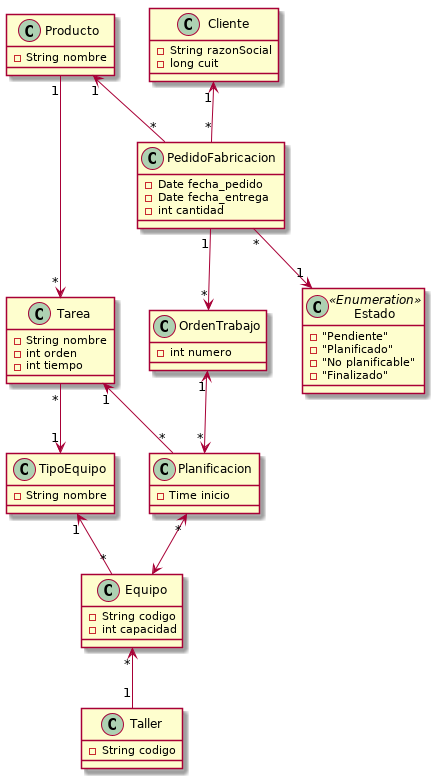
Above: diagrama.png in gonnlopezz/mrp_lite (PlantUML), before the change. Its diagram source:
```plantuml
@startuml

class Producto{
  -String nombre
}
class Taller{
  -String codigo
}
class TipoEquipo{
  -String nombre
}
class Tarea{
  -String nombre
  -int orden
  -int tiempo
}
class Equipo{
  -String codigo
  -int capacidad
}
class PedidoFabricacion{
  -Date fecha_pedido
  -Date fecha_entrega
  -int cantidad
}
class OrdenTrabajo{
  -int numero
}
class Planificacion{
  -Time inicio
}
class Estado<<Enumeration>>{
  -"Pendiente"
  -"Planificado"
  -"No planificable"
  -"Finalizado"
}
class Cliente{
  -String razonSocial
  -long cuit
}

Producto "1" <-- "*" PedidoFabricacion
Equipo "*" <-- "1" Taller
Producto "1" --> "*" Tarea
OrdenTrabajo "1" <--> "*" Planificacion
Planificacion "*"<--> Equipo
TipoEquipo "1" <-- "*" Equipo
Tarea "*" --> "1" TipoEquipo
Tarea "1" <-- "*" Planificacion
PedidoFabricacion "1" --> "*" OrdenTrabajo
PedidoFabricacion "*" --> "1" Estado
Cliente "1" <-- "*" PedidoFabricacion

@enduml
```
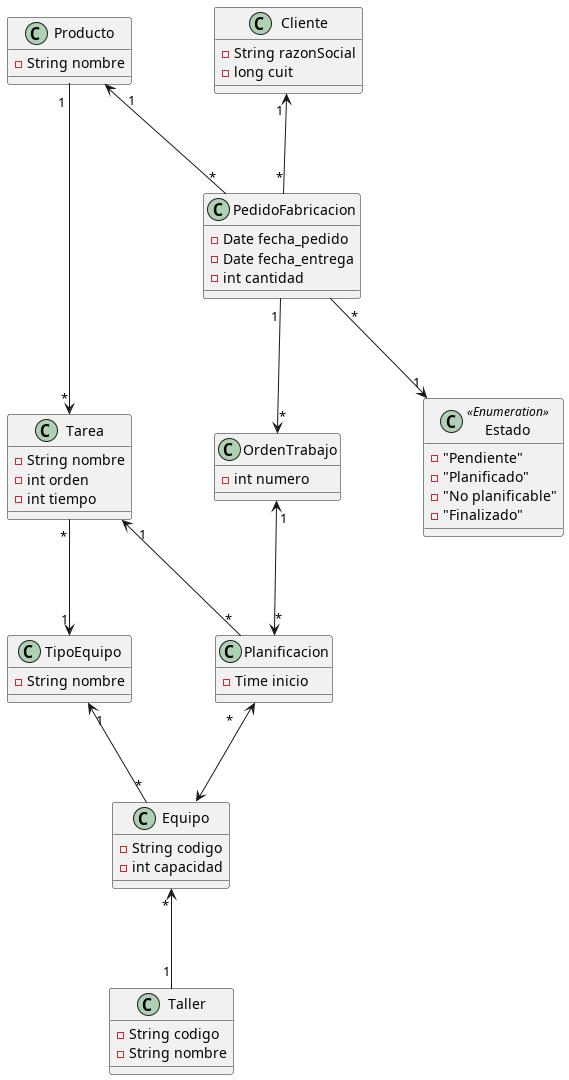
The same diagram one commit later.

What changed in the source:
```diff
@@ -5,6 +5,7 @@
 }
 class Taller{
   -String codigo
+  -String nombre
 }
 class TipoEquipo{
   -String nombre
```
